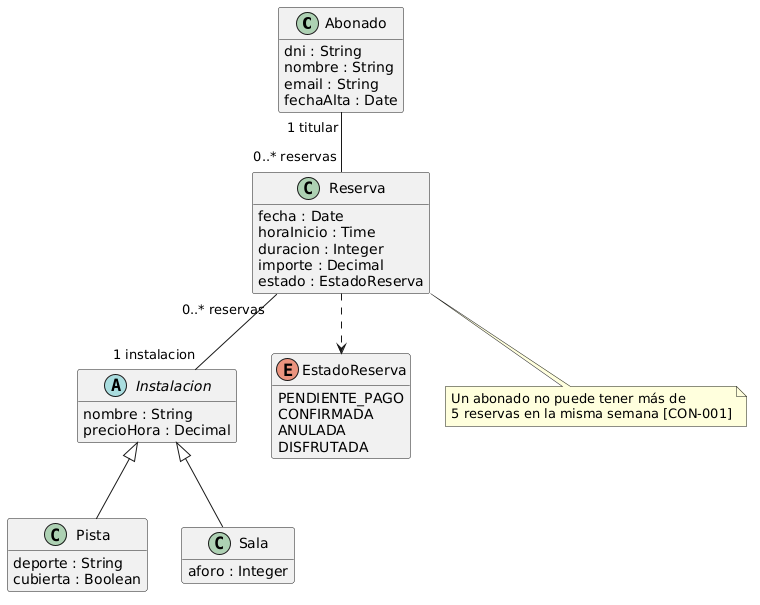
Earlier version of the PlantUML export archetypes/es_es/projects/ejemplo-centro-deportivo/assets/diagrama-clases.png (proteus-University-of-Seville/profile-madeja).
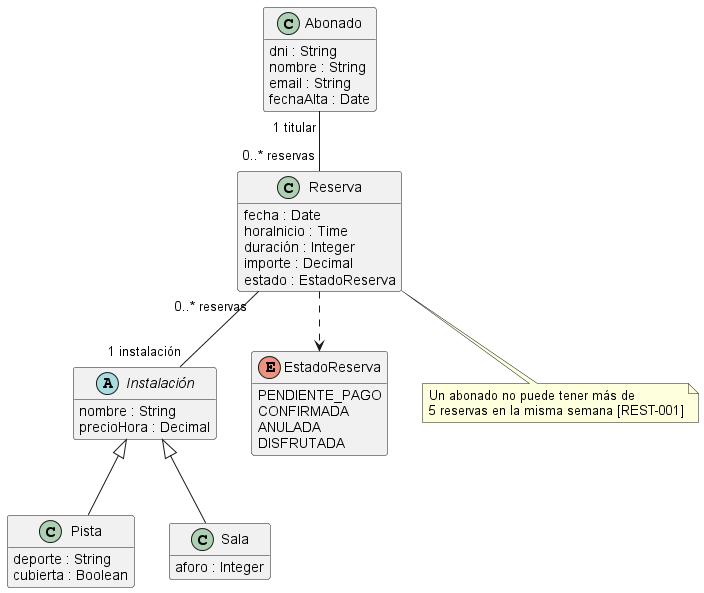
After the change.

Diff of the diagram source:
```diff
@@ -7,7 +7,7 @@
   email : String
   fechaAlta : Date
 }
-abstract class Instalacion {
+abstract class Instalación {
   nombre : String
   precioHora : Decimal
 }
@@ -21,7 +21,7 @@
 class Reserva {
   fecha : Date
   horaInicio : Time
-  duracion : Integer
+  duración : Integer
   importe : Decimal
   estado : EstadoReserva
 }
@@ -31,13 +31,13 @@
   ANULADA
   DISFRUTADA
 }
-Instalacion <|-- Pista
-Instalacion <|-- Sala
+Instalación <|-- Pista
+Instalación <|-- Sala
 Abonado "1 titular" -- "0..* reservas" Reserva
-Reserva "0..* reservas" -- "1 instalacion" Instalacion
+Reserva "0..* reservas" -- "1 instalación" Instalación
 Reserva ..> EstadoReserva
 note bottom of Reserva
   Un abonado no puede tener más de
-  5 reservas en la misma semana [CON-001]
+  5 reservas en la misma semana [REST-001]
 end note
 @enduml
```
